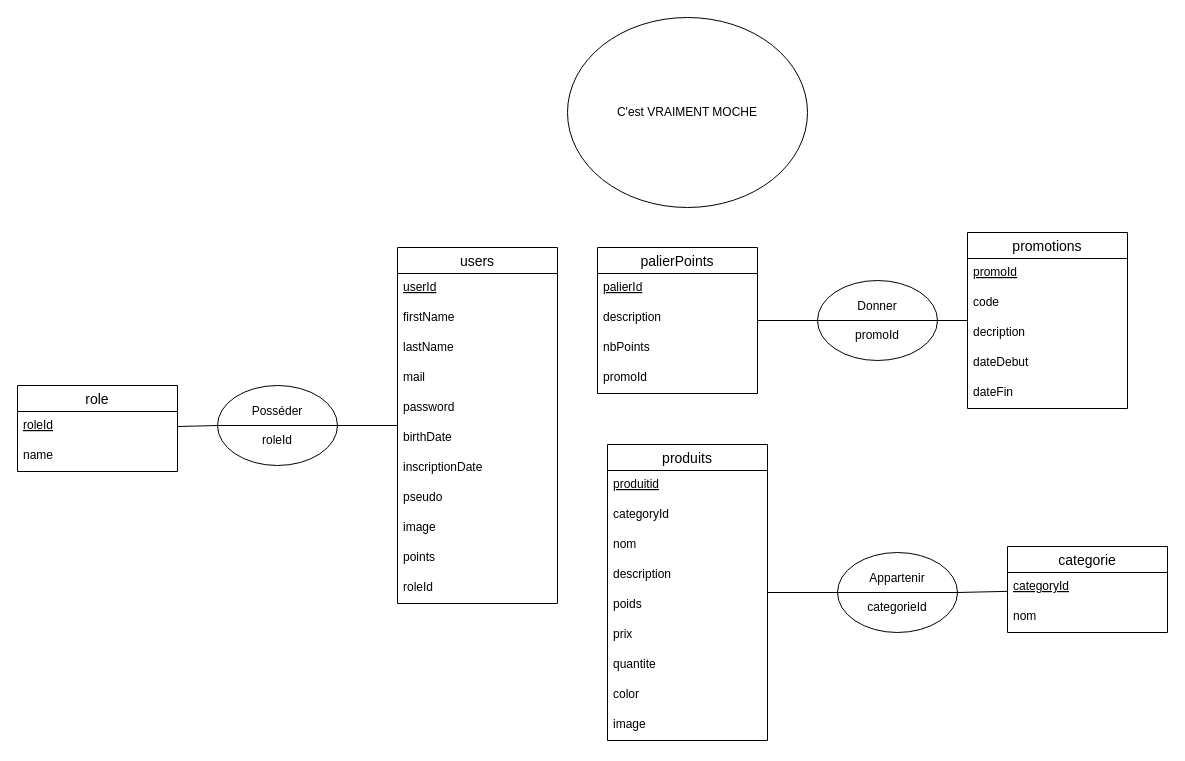
Earlier version of the draw.io diagram page "MCD 2" (2 of 4) of BDD.drawio (Benji290402/TpPHP-SQL). Source tidied: cells renumbered, new cells numbered last; positions are measured from the earlier drawing's top-left corner, leaving out a move shared by most shapes. Both pictures are drawn from the tidied source at 100%, with x=0, y=0 at pixel (17, 17).
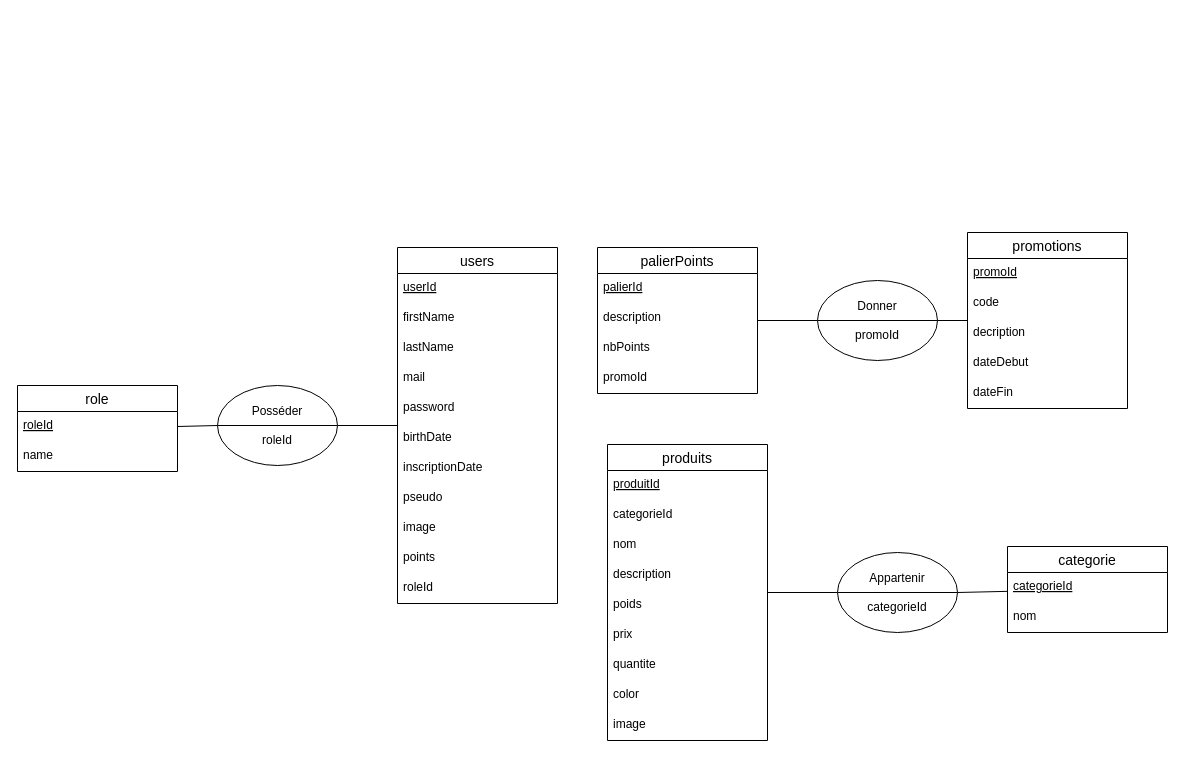
The same diagram, later.

Unchanged cells that the change refers to:
```xml
<mxCell id="36" value="produits" style="swimlane;fontStyle=0;horizontal=1;startSize=26;align=center;fontSize=14;" parent="1" vertex="1">
  <mxGeometry x="590" y="427" width="160" height="296" as="geometry" />
</mxCell>
<mxCell id="46" value="categorie" style="swimlane;fontStyle=0;horizontal=1;startSize=26;align=center;fontSize=14;" parent="1" vertex="1">
  <mxGeometry x="990" y="529" width="160" height="86" as="geometry" />
</mxCell>
```

Diff of the diagram source:
```diff
@@
-    <mxCell id="37" value="produitid" style="text;strokeColor=none;fillColor=none;spacingLeft=4;spacingRight=4;overflow=hidden;fontSize=12;fontStyle=4;" parent="36" vertex="1">
+    <mxCell id="37" value="produitId" style="text;strokeColor=none;fillColor=none;spacingLeft=4;spacingRight=4;overflow=hidden;fontSize=12;fontStyle=4;" parent="36" vertex="1">
       <mxGeometry y="26" width="160" height="30" as="geometry" />
     </mxCell>
-    <mxCell id="38" value="categoryId" style="text;strokeColor=none;fillColor=none;spacingLeft=4;spacingRight=4;overflow=hidden;fontSize=12;" parent="36" vertex="1">
+    <mxCell id="38" value="categorieId" style="text;strokeColor=none;fillColor=none;spacingLeft=4;spacingRight=4;overflow=hidden;fontSize=12;" parent="36" vertex="1">
       <mxGeometry y="56" width="160" height="30" as="geometry" />
     </mxCell>
@@
-    <mxCell id="47" value="categoryId" style="text;strokeColor=none;fillColor=none;spacingLeft=4;spacingRight=4;overflow=hidden;fontSize=12;fontStyle=4;" parent="46" vertex="1">
+    <mxCell id="47" value="categorieId" style="text;strokeColor=none;fillColor=none;spacingLeft=4;spacingRight=4;overflow=hidden;fontSize=12;fontStyle=4;" parent="46" vertex="1">
       <mxGeometry y="26" width="160" height="30" as="geometry" />
     </mxCell>
@@
-    <mxCell id="53" value="C'est VRAIMENT MOCHE" style="ellipse;whiteSpace=wrap;html=1;" parent="1" vertex="1">
-      <mxGeometry x="550" width="240" height="190" as="geometry" />
-    </mxCell>
```
